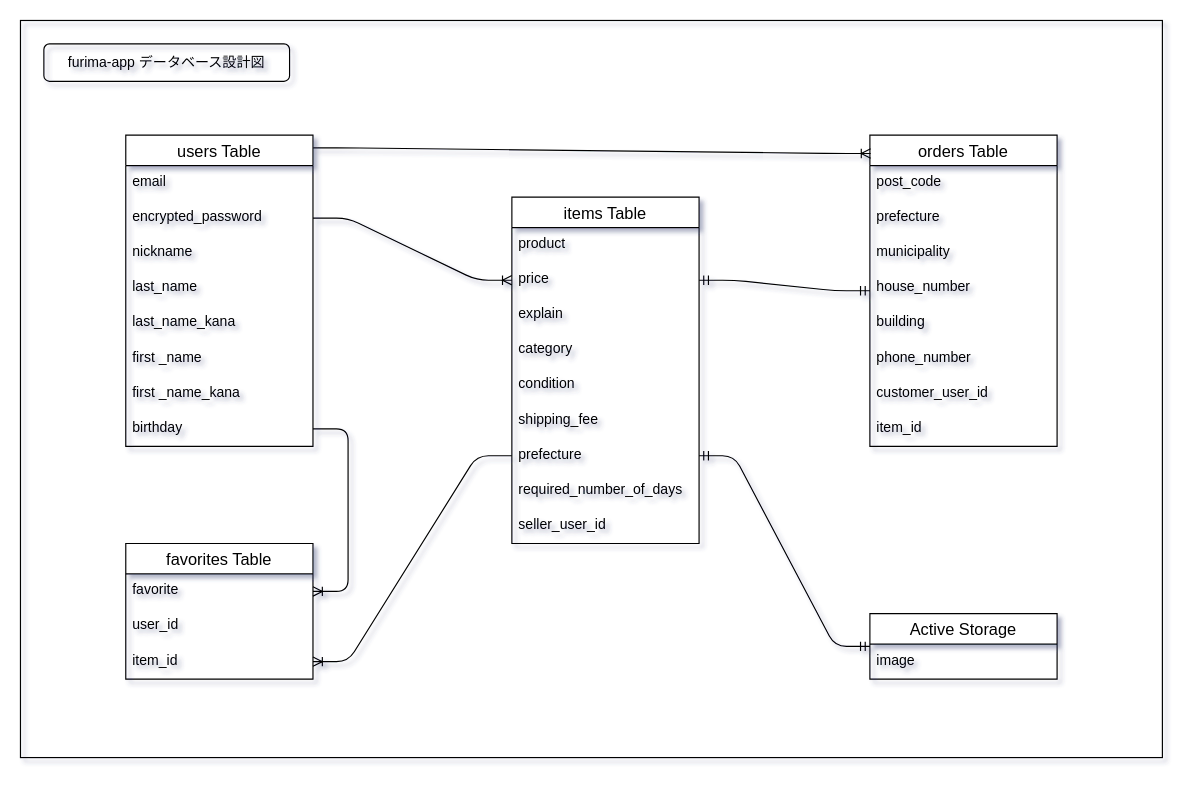
The draw.io diagram データベース設計（ER図）.drawio in nagai-sho/furima-41496, before the edit. Source tidied: cells renumbered, new cells numbered last; positions are measured from the earlier drawing's top-left corner, leaving out a move shared by most shapes. Both pictures are drawn from the tidied source at 117%, with x=0, y=0 at pixel (20, 20).
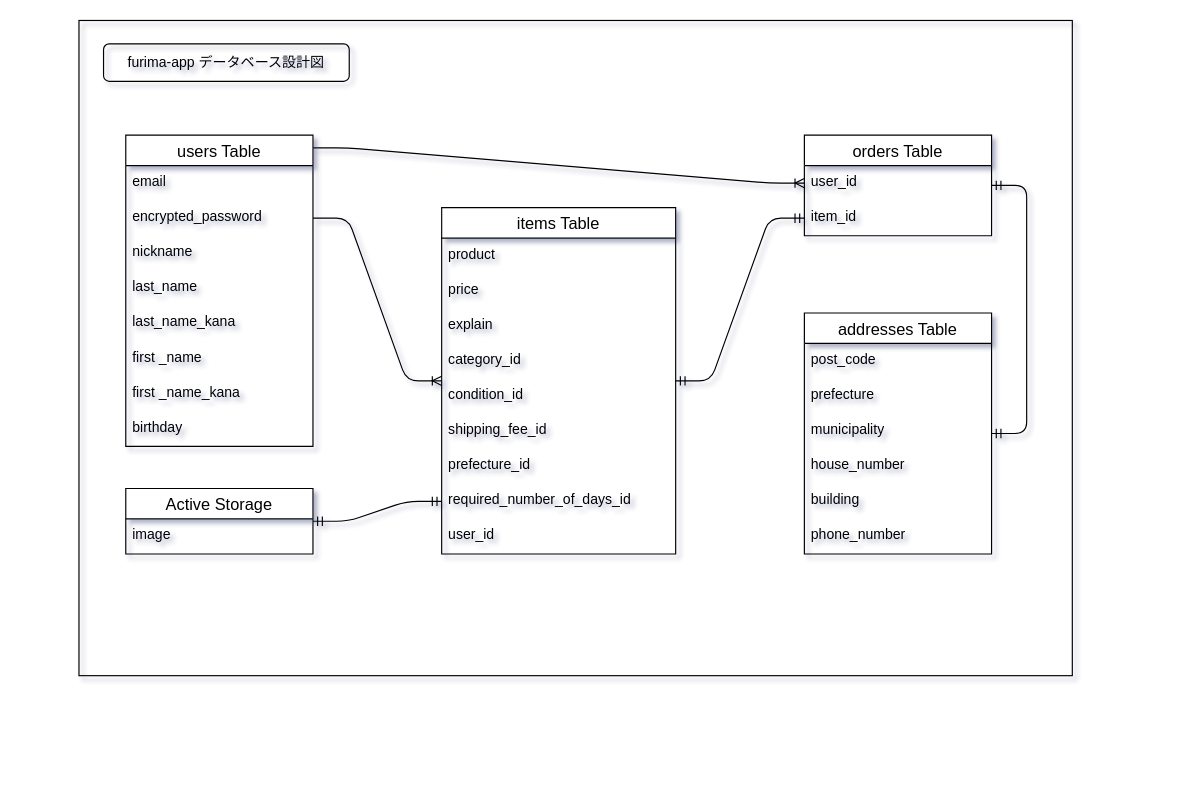
The same diagram, later.

Unchanged cells that the change refers to:
```xml
<mxCell id="3" value="users Table" style="swimlane;fontStyle=0;horizontal=1;startSize=26;align=center;fontSize=14;" parent="1" vertex="1">
  <mxGeometry x="90" y="98" width="160" height="266" as="geometry" />
</mxCell>
<mxCell id="5" value="encrypted_password" style="text;strokeColor=none;fillColor=none;spacingLeft=4;spacingRight=4;overflow=hidden;points=[[0,0.5],[1,0.5]];portConstraint=eastwest;fontSize=12;" parent="3" vertex="1">
  <mxGeometry y="56" width="160" height="30" as="geometry" />
</mxCell>
<mxCell id="11" value="birthday" style="text;strokeColor=none;fillColor=none;spacingLeft=4;spacingRight=4;overflow=hidden;points=[[0,0.5],[1,0.5]];portConstraint=eastwest;fontSize=12;" parent="3" vertex="1">
  <mxGeometry y="236" width="160" height="30" as="geometry" />
</mxCell>
```

The edit, as a diff of the source:
```diff
@@
     <mxCell id="2" style="rounded=0;whiteSpace=wrap;html=1;fillColor=none;labelBackgroundColor=none;" parent="1" vertex="1">
-      <mxGeometry width="976" height="630" as="geometry" />
+      <mxGeometry x="50" width="849" height="560" as="geometry" />
     </mxCell>
@@
     <mxCell id="12" value="items Table" style="swimlane;fontStyle=0;horizontal=1;startSize=26;align=center;fontSize=14;" parent="1" vertex="1">
-      <mxGeometry x="420" y="151" width="160" height="296" as="geometry" />
+      <mxGeometry x="360" y="160" width="200" height="296" as="geometry" />
     </mxCell>
     <mxCell id="13" value="product" style="text;strokeColor=none;fillColor=none;spacingLeft=4;spacingRight=4;overflow=hidden;fontSize=12;" parent="12" vertex="1">
-      <mxGeometry y="26" width="160" height="30" as="geometry" />
+      <mxGeometry y="26" width="200" height="30" as="geometry" />
     </mxCell>
     <mxCell id="14" value="price" style="text;strokeColor=none;fillColor=none;spacingLeft=4;spacingRight=4;overflow=hidden;points=[[0,0.5],[1,0.5]];portConstraint=eastwest;fontSize=12;" parent="12" vertex="1">
-      <mxGeometry y="56" width="160" height="30" as="geometry" />
+      <mxGeometry y="56" width="200" height="30" as="geometry" />
     </mxCell>
     <mxCell id="15" value="explain" style="text;strokeColor=none;fillColor=none;spacingLeft=4;spacingRight=4;overflow=hidden;fontSize=12;" parent="12" vertex="1">
-      <mxGeometry y="86" width="160" height="30" as="geometry" />
+      <mxGeometry y="86" width="200" height="30" as="geometry" />
     </mxCell>
-    <mxCell id="16" value="category" style="text;strokeColor=none;fillColor=none;spacingLeft=4;spacingRight=4;overflow=hidden;fontSize=12;" parent="12" vertex="1">
-      <mxGeometry y="116" width="160" height="30" as="geometry" />
+    <mxCell id="16" value="category_id" style="text;strokeColor=none;fillColor=none;spacingLeft=4;spacingRight=4;overflow=hidden;fontSize=12;" parent="12" vertex="1">
+      <mxGeometry y="116" width="200" height="30" as="geometry" />
     </mxCell>
-    <mxCell id="17" value="condition" style="text;strokeColor=none;fillColor=none;spacingLeft=4;spacingRight=4;overflow=hidden;fontSize=12;" parent="12" vertex="1">
-      <mxGeometry y="146" width="160" height="30" as="geometry" />
+    <mxCell id="17" value="condition_id" style="text;strokeColor=none;fillColor=none;spacingLeft=4;spacingRight=4;overflow=hidden;fontSize=12;" parent="12" vertex="1">
+      <mxGeometry y="146" width="200" height="30" as="geometry" />
     </mxCell>
-    <mxCell id="18" value="shipping_fee" style="text;strokeColor=none;fillColor=none;spacingLeft=4;spacingRight=4;overflow=hidden;fontSize=12;" parent="12" vertex="1">
-      <mxGeometry y="176" width="160" height="30" as="geometry" />
+    <mxCell id="18" value="shipping_fee_id" style="text;strokeColor=none;fillColor=none;spacingLeft=4;spacingRight=4;overflow=hidden;fontSize=12;" parent="12" vertex="1">
+      <mxGeometry y="176" width="200" height="30" as="geometry" />
     </mxCell>
-    <mxCell id="19" value="prefecture" style="text;strokeColor=none;fillColor=none;spacingLeft=4;spacingRight=4;overflow=hidden;points=[[0,0.5],[1,0.5]];portConstraint=eastwest;fontSize=12;" parent="12" vertex="1">
-      <mxGeometry y="206" width="160" height="30" as="geometry" />
+    <mxCell id="19" value="prefecture_id" style="text;strokeColor=none;fillColor=none;spacingLeft=4;spacingRight=4;overflow=hidden;points=[[0,0.5],[1,0.5]];portConstraint=eastwest;fontSize=12;" parent="12" vertex="1">
+      <mxGeometry y="206" width="200" height="30" as="geometry" />
     </mxCell>
-    <mxCell id="20" value="required_number_of_days" style="text;strokeColor=none;fillColor=none;spacingLeft=4;spacingRight=4;overflow=hidden;points=[[0,0.5],[1,0.5]];portConstraint=eastwest;fontSize=12;" parent="12" vertex="1">
-      <mxGeometry y="236" width="160" height="30" as="geometry" />
+    <mxCell id="20" value="required_number_of_days_id" style="text;strokeColor=none;fillColor=none;spacingLeft=4;spacingRight=4;overflow=hidden;points=[[0,0.5],[1,0.5]];portConstraint=eastwest;fontSize=12;" parent="12" vertex="1">
+      <mxGeometry y="236" width="200" height="30" as="geometry" />
     </mxCell>
-    <mxCell id="21" value="seller_user_id" style="text;strokeColor=none;fillColor=none;spacingLeft=4;spacingRight=4;overflow=hidden;fontSize=12;" parent="12" vertex="1">
-      <mxGeometry y="266" width="160" height="30" as="geometry" />
+    <mxCell id="21" value="user_id" style="text;strokeColor=none;fillColor=none;spacingLeft=4;spacingRight=4;overflow=hidden;fontSize=12;" parent="12" vertex="1">
+      <mxGeometry y="266" width="200" height="30" as="geometry" />
     </mxCell>
     <mxCell id="22" value="orders Table" style="swimlane;fontStyle=0;horizontal=1;startSize=26;align=center;fontSize=14;" parent="1" vertex="1">
-      <mxGeometry x="726" y="98" width="160" height="266" as="geometry" />
+      <mxGeometry x="670" y="98" width="160" height="86" as="geometry" />
     </mxCell>
-    <mxCell id="23" value="post_code" style="text;strokeColor=none;fillColor=none;spacingLeft=4;spacingRight=4;overflow=hidden;fontSize=12;" parent="22" vertex="1">
-      <mxGeometry y="26" width="160" height="30" as="geometry" />
-    </mxCell>
-    <mxCell id="24" value="prefecture" style="text;strokeColor=none;fillColor=none;spacingLeft=4;spacingRight=4;overflow=hidden;fontSize=12;" parent="22" vertex="1">
-      <mxGeometry y="56" width="160" height="30" as="geometry" />
-    </mxCell>
-    <mxCell id="25" value="municipality" style="text;strokeColor=none;fillColor=none;spacingLeft=4;spacingRight=4;overflow=hidden;fontSize=12;" parent="22" vertex="1">
-      <mxGeometry y="86" width="160" height="30" as="geometry" />
-    </mxCell>
-    <mxCell id="26" value="house_number" style="text;strokeColor=none;fillColor=none;spacingLeft=4;spacingRight=4;overflow=hidden;fontSize=12;" parent="22" vertex="1">
-      <mxGeometry y="116" width="160" height="30" as="geometry" />
-    </mxCell>
-    <mxCell id="27" value="building" style="text;strokeColor=none;fillColor=none;spacingLeft=4;spacingRight=4;overflow=hidden;fontSize=12;" parent="22" vertex="1">
-      <mxGeometry y="146" width="160" height="30" as="geometry" />
-    </mxCell>
-    <mxCell id="28" value="phone_number" style="text;strokeColor=none;fillColor=none;spacingLeft=4;spacingRight=4;overflow=hidden;fontSize=12;" parent="22" vertex="1">
-      <mxGeometry y="176" width="160" height="30" as="geometry" />
-    </mxCell>
-    <mxCell id="29" value="customer_user_id" style="text;strokeColor=none;fillColor=none;spacingLeft=4;spacingRight=4;overflow=hidden;points=[[0,0.5],[1,0.5]];portConstraint=eastwest;fontSize=12;" parent="22" vertex="1">
-      <mxGeometry y="206" width="160" height="30" as="geometry" />
+    <mxCell id="29" value="user_id" style="text;strokeColor=none;fillColor=none;spacingLeft=4;spacingRight=4;overflow=hidden;points=[[0,0.5],[1,0.5]];portConstraint=eastwest;fontSize=12;" parent="22" vertex="1">
+      <mxGeometry y="26" width="160" height="30" as="geometry" />
     </mxCell>
     <mxCell id="30" value="item_id" style="text;strokeColor=none;fillColor=none;spacingLeft=4;spacingRight=4;overflow=hidden;points=[[0,0.5],[1,0.5]];portConstraint=eastwest;fontSize=12;" parent="22" vertex="1">
-      <mxGeometry y="236" width="160" height="30" as="geometry" />
+      <mxGeometry y="56" width="160" height="30" as="geometry" />
     </mxCell>
-    <mxCell id="31" style="edgeStyle=entityRelationEdgeStyle;fontSize=12;html=1;endArrow=ERoneToMany;exitX=1.001;exitY=0.041;exitDx=0;exitDy=0;entryX=0.004;entryY=0.059;entryDx=0;entryDy=0;entryPerimeter=0;exitPerimeter=0;" parent="1" edge="1" source="3" target="22">
+    <mxCell id="31" style="edgeStyle=entityRelationEdgeStyle;fontSize=12;html=1;endArrow=ERoneToMany;exitX=1.001;exitY=0.041;exitDx=0;exitDy=0;exitPerimeter=0;entryX=0;entryY=0.5;entryDx=0;entryDy=0;" parent="1" edge="1" source="3" target="29">
       <mxGeometry relative="1" as="geometry" />
     </mxCell>
-    <mxCell id="32" style="edgeStyle=entityRelationEdgeStyle;fontSize=12;html=1;endArrow=ERoneToMany;exitX=1;exitY=0.5;exitDx=0;exitDy=0;entryX=0;entryY=0.5;entryDx=0;entryDy=0;" parent="1" edge="1" source="5" target="14">
+    <mxCell id="32" style="edgeStyle=entityRelationEdgeStyle;fontSize=12;html=1;endArrow=ERoneToMany;exitX=1;exitY=0.5;exitDx=0;exitDy=0;" parent="1" edge="1" source="5" target="12">
       <mxGeometry relative="1" as="geometry" />
     </mxCell>
     <mxCell id="33" value="Active Storage" style="swimlane;fontStyle=0;horizontal=1;startSize=26;align=center;fontSize=14;" parent="1" vertex="1">
-      <mxGeometry x="726" y="507" width="160" height="56" as="geometry" />
+      <mxGeometry x="90" y="400" width="160" height="56" as="geometry" />
     </mxCell>
@@
-    <mxCell id="35" style="edgeStyle=entityRelationEdgeStyle;fontSize=12;html=1;endArrow=ERmandOne;startArrow=ERmandOne;exitX=1;exitY=0.5;exitDx=0;exitDy=0;" parent="1" edge="1" source="19" target="33">
+    <mxCell id="35" style="edgeStyle=entityRelationEdgeStyle;fontSize=12;html=1;endArrow=ERmandOne;startArrow=ERmandOne;exitX=0;exitY=0.5;exitDx=0;exitDy=0;" parent="1" edge="1" source="20" target="33">
       <mxGeometry relative="1" as="geometry" />
     </mxCell>
-    <mxCell id="36" style="edgeStyle=entityRelationEdgeStyle;fontSize=12;html=1;endArrow=ERmandOne;startArrow=ERmandOne;exitX=1;exitY=0.5;exitDx=0;exitDy=0;" parent="1" edge="1" source="14" target="22">
+    <mxCell id="36" style="edgeStyle=entityRelationEdgeStyle;fontSize=12;html=1;endArrow=ERmandOne;startArrow=ERmandOne;entryX=0;entryY=0.5;entryDx=0;entryDy=0;" parent="1" edge="1" source="12" target="30">
       <mxGeometry relative="1" as="geometry" />
     </mxCell>
-    <mxCell id="37" value="favorites Table" style="swimlane;fontStyle=0;horizontal=1;startSize=26;align=center;fontSize=14;" parent="1" vertex="1">
-      <mxGeometry x="90" y="447" width="160" height="116" as="geometry" />
-    </mxCell>
-    <mxCell id="38" value="favorite" style="text;strokeColor=none;fillColor=none;spacingLeft=4;spacingRight=4;overflow=hidden;points=[[0,0.5],[1,0.5]];portConstraint=eastwest;fontSize=12;" parent="37" vertex="1">
-      <mxGeometry y="26" width="160" height="30" as="geometry" />
-    </mxCell>
-    <mxCell id="39" value="user_id" style="text;strokeColor=none;fillColor=none;spacingLeft=4;spacingRight=4;overflow=hidden;fontSize=12;" parent="37" vertex="1">
-      <mxGeometry y="56" width="160" height="30" as="geometry" />
-    </mxCell>
-    <mxCell id="40" value="item_id" style="text;strokeColor=none;fillColor=none;spacingLeft=4;spacingRight=4;overflow=hidden;points=[[0,0.5],[1,0.5]];portConstraint=eastwest;fontSize=12;" parent="37" vertex="1">
-      <mxGeometry y="86" width="160" height="30" as="geometry" />
-    </mxCell>
-    <mxCell id="41" style="edgeStyle=entityRelationEdgeStyle;fontSize=12;html=1;endArrow=ERoneToMany;entryX=1;entryY=0.5;entryDx=0;entryDy=0;" parent="1" edge="1" source="11" target="38">
-      <mxGeometry relative="1" as="geometry" />
-    </mxCell>
-    <mxCell id="42" style="edgeStyle=entityRelationEdgeStyle;fontSize=12;html=1;endArrow=ERoneToMany;exitX=0;exitY=0.5;exitDx=0;exitDy=0;entryX=1;entryY=0.5;entryDx=0;entryDy=0;" parent="1" edge="1" source="19" target="40">
-      <mxGeometry relative="1" as="geometry" />
-    </mxCell>
     <mxCell id="43" value="furima-app データベース設計図" style="rounded=1;whiteSpace=wrap;html=1;fillColor=none;" parent="1" vertex="1">
-      <mxGeometry x="20" y="20" width="210" height="32" as="geometry" />
+      <mxGeometry x="71" y="20" width="210" height="32" as="geometry" />
     </mxCell>
+    <mxCell id="44" value="addresses Table" style="swimlane;fontStyle=0;horizontal=1;startSize=26;align=center;fontSize=14;" parent="1" vertex="1">
+      <mxGeometry x="670" y="250" width="160" height="206" as="geometry" />
+    </mxCell>
+    <mxCell id="23" value="post_code" style="text;strokeColor=none;fillColor=none;spacingLeft=4;spacingRight=4;overflow=hidden;fontSize=12;" parent="44" vertex="1">
+      <mxGeometry y="26" width="160" height="30" as="geometry" />
+    </mxCell>
+    <mxCell id="24" value="prefecture" style="text;strokeColor=none;fillColor=none;spacingLeft=4;spacingRight=4;overflow=hidden;fontSize=12;" parent="44" vertex="1">
+      <mxGeometry y="56" width="160" height="30" as="geometry" />
+    </mxCell>
+    <mxCell id="25" value="municipality" style="text;strokeColor=none;fillColor=none;spacingLeft=4;spacingRight=4;overflow=hidden;fontSize=12;" parent="44" vertex="1">
+      <mxGeometry y="86" width="160" height="30" as="geometry" />
+    </mxCell>
+    <mxCell id="26" value="house_number" style="text;strokeColor=none;fillColor=none;spacingLeft=4;spacingRight=4;overflow=hidden;fontSize=12;" parent="44" vertex="1">
+      <mxGeometry y="116" width="160" height="30" as="geometry" />
+    </mxCell>
+    <mxCell id="27" value="building" style="text;strokeColor=none;fillColor=none;spacingLeft=4;spacingRight=4;overflow=hidden;fontSize=12;" parent="44" vertex="1">
+      <mxGeometry y="146" width="160" height="30" as="geometry" />
+    </mxCell>
+    <mxCell id="28" value="phone_number" style="text;strokeColor=none;fillColor=none;spacingLeft=4;spacingRight=4;overflow=hidden;fontSize=12;" parent="44" vertex="1">
+      <mxGeometry y="176" width="160" height="30" as="geometry" />
+    </mxCell>
+    <mxCell id="45" style="edgeStyle=entityRelationEdgeStyle;fontSize=12;html=1;endArrow=ERmandOne;startArrow=ERmandOne;" parent="1" edge="1" source="44" target="22">
+      <mxGeometry relative="1" as="geometry" />
+    </mxCell>
```
